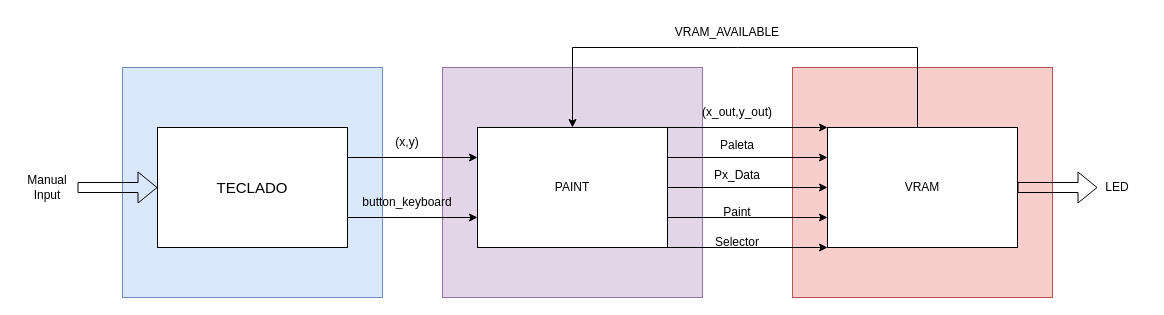
This is retro_paint/diagrams/distribucion.drawio from safehehe/PTSD1, a draw.io file, before an edit. Source tidied: cells renumbered, new cells numbered last; positions are measured from the earlier drawing's top-left corner, leaving out a move shared by most shapes. Both pictures are drawn from the tidied source at 100%, with x=0, y=0 at pixel (17, 17).
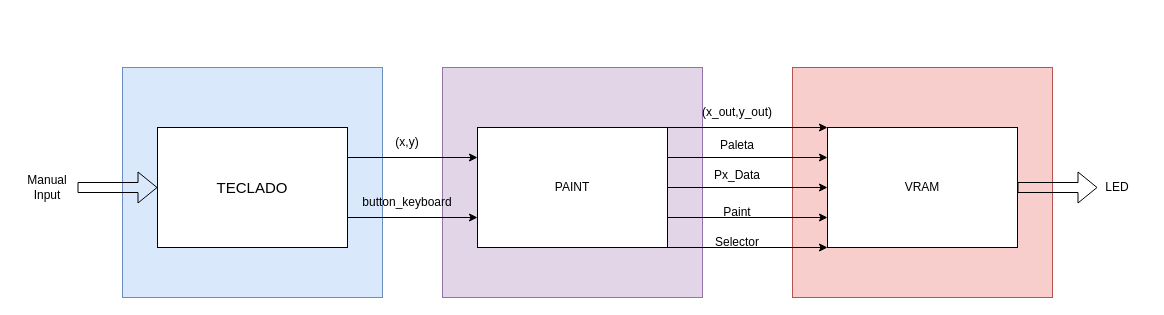
After the change.

Unchanged cells that the change refers to:
```xml
<mxCell id="6" value="PAINT" style="rounded=0;whiteSpace=wrap;html=1;" parent="1" vertex="1">
  <mxGeometry x="460" y="110" width="190" height="120" as="geometry" />
</mxCell>
```

Change to the diagram source:
```diff
@@
-    <mxCell id="22" style="endArrow=classic;html=1;entryX=0.5;entryY=0;entryDx=0;entryDy=0;rounded=0;curved=0;" parent="1" edge="1" target="6">
-      <mxGeometry relative="1" as="geometry">
-        <mxPoint x="900" y="110" as="sourcePoint" />
-        <Array as="points">
-          <mxPoint x="900" y="30" />
-          <mxPoint x="720" y="30" />
-          <mxPoint x="555" y="30" />
-        </Array>
-      </mxGeometry>
-    </mxCell>
@@
-    <mxCell id="25" value="VRAM_AVAILABLE" style="text;html=1;align=center;verticalAlign=middle;whiteSpace=wrap;rounded=0;" parent="1" vertex="1">
-      <mxGeometry x="680" width="60" height="30" as="geometry" />
-    </mxCell>
```
